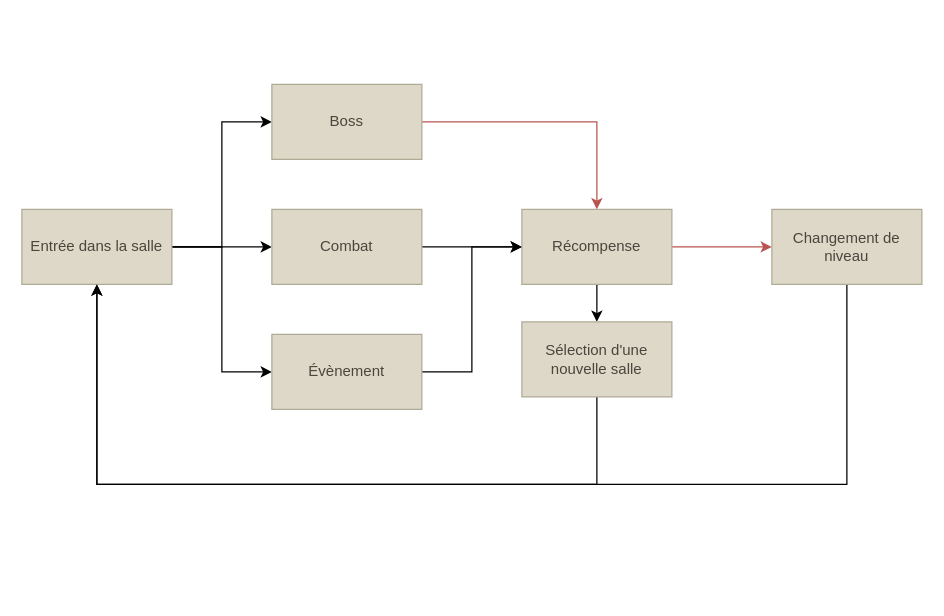
This is Documents/Gameplayloop.drawio from Roxrad-Dev/ProjectTimestop, a draw.io file, before an edit. Source tidied: cells renumbered, new cells numbered last; positions are measured from the earlier drawing's top-left corner, leaving out a move shared by most shapes. Both pictures are drawn from the tidied source at 125%, with x=0, y=0 at pixel (21, 84).
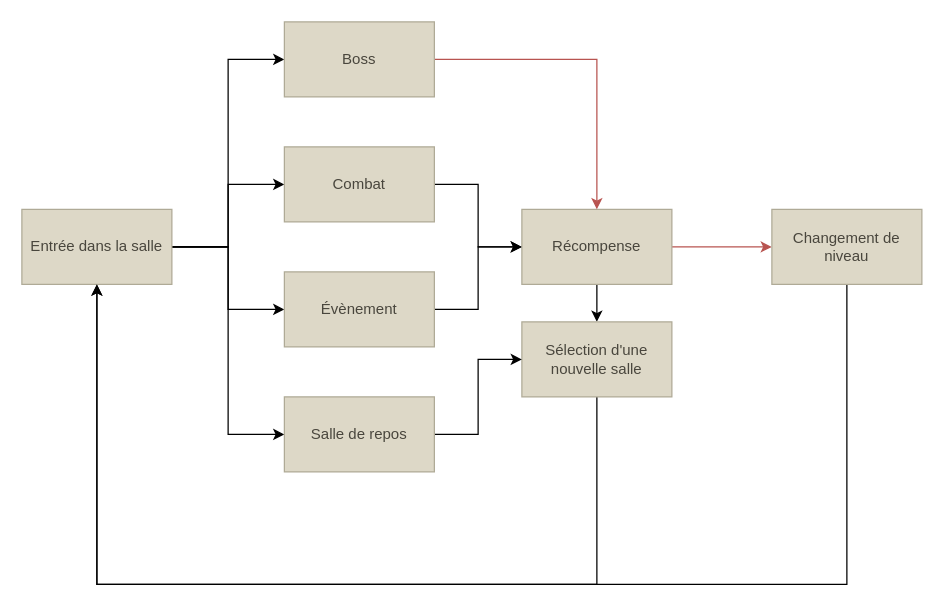
The same diagram, later.

Unchanged cells that the change refers to:
```xml
<mxCell id="5" value="Entrée dans la salle" style="rounded=0;whiteSpace=wrap;html=1;fillColor=light-dark(#ddd8c7, #36210a);strokeColor=light-dark(#afaa96, #996500);fontColor=light-dark(#49463d, #ededed);" parent="1" vertex="1">
  <mxGeometry y="100" width="120" height="60" as="geometry" />
</mxCell>
<mxCell id="10" value="Récompense" style="rounded=0;whiteSpace=wrap;html=1;fillColor=light-dark(#ddd8c7, #36210a);strokeColor=light-dark(#afaa96, #996500);fontColor=light-dark(#49463d, #ededed);" parent="1" vertex="1">
  <mxGeometry x="400" y="100" width="120" height="60" as="geometry" />
</mxCell>
<mxCell id="14" value="Sélection d'une nouvelle salle" style="rounded=0;whiteSpace=wrap;html=1;fillColor=light-dark(#ddd8c7, #36210a);strokeColor=light-dark(#afaa96, #996500);fontColor=light-dark(#49463d, #ededed);" parent="1" vertex="1">
  <mxGeometry x="400" y="190" width="120" height="60" as="geometry" />
</mxCell>
<mxCell id="18" value="Changement de niveau" style="rounded=0;whiteSpace=wrap;html=1;fillColor=light-dark(#ddd8c7, #36210a);strokeColor=light-dark(#afaa96, #996500);fontColor=light-dark(#49463d, #ededed);" parent="1" vertex="1">
  <mxGeometry x="600" y="100" width="120" height="60" as="geometry" />
</mxCell>
```

What changed in the source:
```diff
@@
+    <mxCell id="19" style="edgeStyle=orthogonalEdgeStyle;rounded=0;jettySize=auto;html=1;exitX=1;exitY=0.5;exitDx=0;exitDy=0;entryX=0;entryY=0.5;entryDx=0;entryDy=0;" parent="1" edge="1" source="5" target="21">
+      <mxGeometry relative="1" as="geometry" />
+    </mxCell>
@@
     <mxCell id="7" value="Combat" style="rounded=0;whiteSpace=wrap;html=1;fillColor=light-dark(#ddd8c7, #36210a);strokeColor=light-dark(#afaa96, #996500);fontColor=light-dark(#49463d, #ededed);" parent="1" vertex="1">
-      <mxGeometry x="200" y="100" width="120" height="60" as="geometry" />
+      <mxGeometry x="210" y="50" width="120" height="60" as="geometry" />
     </mxCell>
@@
-    <mxCell id="11" style="edgeStyle=orthogonalEdgeStyle;rounded=0;jettySize=auto;html=1;exitX=1;exitY=0.5;exitDx=0;exitDy=0;entryX=0;entryY=0.5;entryDx=0;entryDy=0;" parent="1" edge="1" source="12" target="10">
+    <mxCell id="11" style="edgeStyle=orthogonalEdgeStyle;rounded=0;jettySize=auto;html=1;exitX=1;exitY=0.5;exitDx=0;exitDy=0;" parent="1" edge="1" source="12" target="10">
       <mxGeometry relative="1" as="geometry" />
     </mxCell>
     <mxCell id="12" value="Évènement" style="rounded=0;whiteSpace=wrap;html=1;fillColor=light-dark(#ddd8c7, #36210a);strokeColor=light-dark(#afaa96, #996500);fontColor=light-dark(#49463d, #ededed);" parent="1" vertex="1">
-      <mxGeometry x="200" y="200" width="120" height="60" as="geometry" />
+      <mxGeometry x="210" y="150" width="120" height="60" as="geometry" />
     </mxCell>
     <mxCell id="13" style="edgeStyle=orthogonalEdgeStyle;rounded=0;jettySize=auto;html=1;exitX=0.5;exitY=1;exitDx=0;exitDy=0;entryX=0.5;entryY=1;entryDx=0;entryDy=0;" parent="1" edge="1" source="14" target="5">
       <mxGeometry relative="1" as="geometry">
         <Array as="points">
-          <mxPoint x="460" y="320" />
-          <mxPoint x="60" y="320" />
+          <mxPoint x="460" y="400" />
+          <mxPoint x="60" y="400" />
         </Array>
       </mxGeometry>
     </mxCell>
@@
     <mxCell id="16" value="Boss" style="rounded=0;whiteSpace=wrap;html=1;fillColor=light-dark(#ddd8c7, #36210a);strokeColor=light-dark(#afaa96, #996500);fontColor=light-dark(#49463d, #ededed);" parent="1" vertex="1">
-      <mxGeometry x="200" width="120" height="60" as="geometry" />
+      <mxGeometry x="210" y="-50" width="120" height="60" as="geometry" />
     </mxCell>
     <mxCell id="17" style="edgeStyle=orthogonalEdgeStyle;rounded=0;jettySize=auto;html=1;exitX=0.5;exitY=1;exitDx=0;exitDy=0;entryX=0.5;entryY=1;entryDx=0;entryDy=0;" parent="1" edge="1" source="18" target="5">
       <mxGeometry relative="1" as="geometry">
         <Array as="points">
-          <mxPoint x="660" y="320" />
-          <mxPoint x="60" y="320" />
+          <mxPoint x="660" y="400" />
+          <mxPoint x="60" y="400" />
         </Array>
       </mxGeometry>
     </mxCell>
@@
+    <mxCell id="20" style="edgeStyle=orthogonalEdgeStyle;rounded=0;jettySize=auto;html=1;exitX=1;exitY=0.5;exitDx=0;exitDy=0;entryX=0;entryY=0.5;entryDx=0;entryDy=0;" parent="1" edge="1" source="21" target="14">
+      <mxGeometry relative="1" as="geometry" />
+    </mxCell>
+    <mxCell id="21" value="Salle de repos" style="rounded=0;whiteSpace=wrap;html=1;fillColor=light-dark(#ddd8c7, #36210a);strokeColor=light-dark(#afaa96, #996500);fontColor=light-dark(#49463d, #ededed);" parent="1" vertex="1">
+      <mxGeometry x="210" y="250" width="120" height="60" as="geometry" />
+    </mxCell>
```
